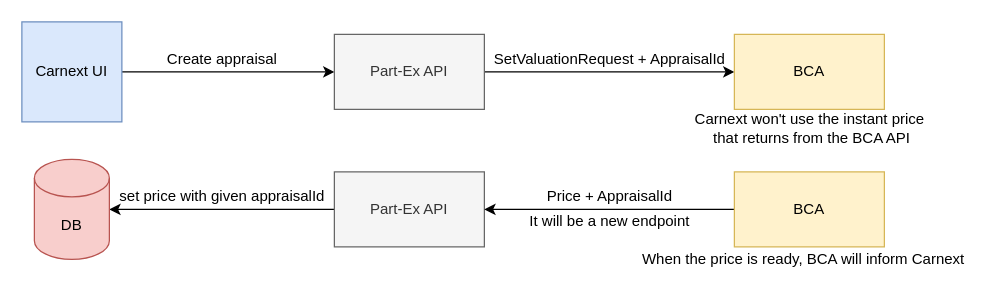
The draw.io diagram Untitled Diagram.drawio in cllyldrm/flagger, before the edit. Source tidied: cells renumbered, new cells numbered last; positions are measured from the earlier drawing's top-left corner, leaving out a move shared by most shapes. Both pictures are drawn from the tidied source at 125%, with x=0, y=0 at pixel (21, 21).
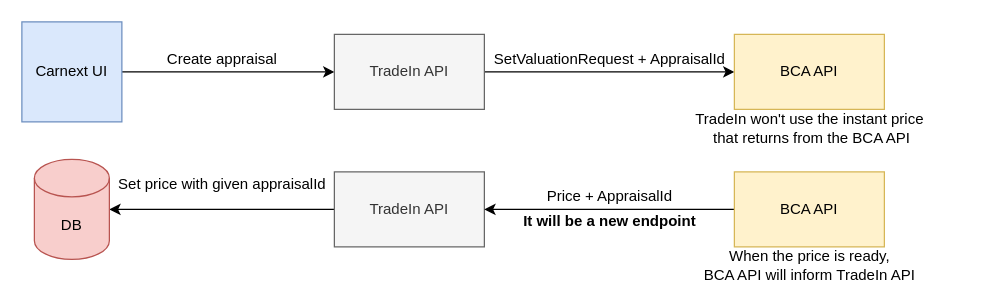
The same diagram, later.

The edit, as a diff of the source:
```diff
@@
 <mxGraphModel>
   <root>
     <mxCell id="0" />
     <mxCell id="1" parent="0" />
     <mxCell id="2" style="edgeStyle=orthogonalEdgeStyle;rounded=0;jettySize=auto;html=1;" parent="1" edge="1" source="3" target="5">
       <mxGeometry relative="1" as="geometry" />
     </mxCell>
     <mxCell id="3" value="Carnext UI" style="whiteSpace=wrap;html=1;fillColor=#dae8fc;strokeColor=#6c8ebf;" parent="1" vertex="1">
       <mxGeometry width="80" height="80" as="geometry" />
     </mxCell>
     <mxCell id="4" style="edgeStyle=orthogonalEdgeStyle;rounded=0;jettySize=auto;html=1;" parent="1" edge="1" source="5" target="7">
       <mxGeometry relative="1" as="geometry" />
     </mxCell>
-    <mxCell id="5" value="Part-Ex API" style="rounded=0;whiteSpace=wrap;html=1;fillColor=#f5f5f5;fontColor=#333333;strokeColor=#666666;" parent="1" vertex="1">
+    <mxCell id="5" value="TradeIn API" style="rounded=0;whiteSpace=wrap;html=1;fillColor=#f5f5f5;fontColor=#333333;strokeColor=#666666;" parent="1" vertex="1">
       <mxGeometry x="250" y="10" width="120" height="60" as="geometry" />
     </mxCell>
     <mxCell id="6" value="Create appraisal" style="text;html=1;align=center;verticalAlign=middle;strokeColor=none;fillColor=none;" parent="1" vertex="1">
       <mxGeometry x="110" y="20" width="100" height="20" as="geometry" />
     </mxCell>
-    <mxCell id="7" value="BCA" style="rounded=0;whiteSpace=wrap;html=1;fillColor=#fff2cc;strokeColor=#d6b656;" parent="1" vertex="1">
+    <mxCell id="7" value="BCA API" style="rounded=0;whiteSpace=wrap;html=1;fillColor=#fff2cc;strokeColor=#d6b656;" parent="1" vertex="1">
       <mxGeometry x="570" y="10" width="120" height="60" as="geometry" />
     </mxCell>
     <mxCell id="8" value="SetValuationRequest + AppraisalId" style="text;html=1;align=center;verticalAlign=middle;strokeColor=none;fillColor=none;" parent="1" vertex="1">
       <mxGeometry x="370" y="20" width="200" height="20" as="geometry" />
     </mxCell>
     <mxCell id="9" style="edgeStyle=orthogonalEdgeStyle;rounded=0;jettySize=auto;html=1;entryX=1;entryY=0.5;entryDx=0;entryDy=0;entryPerimeter=0;" parent="1" edge="1" source="10" target="14">
       <mxGeometry relative="1" as="geometry" />
     </mxCell>
-    <mxCell id="10" value="Part-Ex API" style="rounded=0;whiteSpace=wrap;html=1;fillColor=#f5f5f5;fontColor=#333333;strokeColor=#666666;" parent="1" vertex="1">
+    <mxCell id="10" value="TradeIn API" style="rounded=0;whiteSpace=wrap;html=1;fillColor=#f5f5f5;fontColor=#333333;strokeColor=#666666;" parent="1" vertex="1">
       <mxGeometry x="250" y="120" width="120" height="60" as="geometry" />
     </mxCell>
     <mxCell id="11" style="edgeStyle=orthogonalEdgeStyle;rounded=0;jettySize=auto;html=1;entryX=1;entryY=0.5;entryDx=0;entryDy=0;" parent="1" edge="1" source="12" target="10">
       <mxGeometry relative="1" as="geometry" />
     </mxCell>
-    <mxCell id="12" value="BCA" style="rounded=0;whiteSpace=wrap;html=1;fillColor=#fff2cc;strokeColor=#d6b656;" parent="1" vertex="1">
+    <mxCell id="12" value="BCA API" style="rounded=0;whiteSpace=wrap;html=1;fillColor=#fff2cc;strokeColor=#d6b656;" parent="1" vertex="1">
       <mxGeometry x="570" y="120" width="120" height="60" as="geometry" />
     </mxCell>
     <mxCell id="13" value="Price + AppraisalId" style="text;html=1;align=center;verticalAlign=middle;strokeColor=none;fillColor=none;" parent="1" vertex="1">
       <mxGeometry x="410" y="130" width="120" height="20" as="geometry" />
     </mxCell>
     <mxCell id="14" value="DB" style="shape=cylinder3;whiteSpace=wrap;html=1;boundedLbl=1;backgroundOutline=1;size=15;fillColor=#f8cecc;strokeColor=#b85450;" parent="1" vertex="1">
       <mxGeometry x="10" y="110" width="60" height="80" as="geometry" />
     </mxCell>
-    <mxCell id="15" value="set price with given appraisalId" style="text;html=1;align=center;verticalAlign=middle;strokeColor=none;fillColor=none;" parent="1" vertex="1">
-      <mxGeometry x="70" y="130" width="180" height="20" as="geometry" />
+    <mxCell id="15" value="Set price with given appraisalId" style="text;html=1;align=center;verticalAlign=middle;strokeColor=none;fillColor=none;" parent="1" vertex="1">
+      <mxGeometry x="70" y="120" width="180" height="20" as="geometry" />
     </mxCell>
-    <mxCell id="16" value="When the price is ready, BCA will inform Carnext" style="text;html=1;align=center;verticalAlign=middle;strokeColor=none;fillColor=none;" parent="1" vertex="1">
-      <mxGeometry x="490" y="180" width="270" height="20" as="geometry" />
+    <mxCell id="16" value="When the price is ready, &lt;br&gt;BCA API will inform&amp;nbsp;TradeIn API" style="text;html=1;align=center;verticalAlign=middle;strokeColor=none;fillColor=none;" parent="1" vertex="1">
+      <mxGeometry x="540" y="180" width="180" height="30" as="geometry" />
     </mxCell>
-    <mxCell id="17" value="Carnext won't use the instant price&lt;br&gt;&amp;nbsp;that returns from the BCA API" style="text;html=1;align=center;verticalAlign=middle;strokeColor=none;fillColor=none;" parent="1" vertex="1">
+    <mxCell id="17" value="TradeIn won't use the instant price&lt;br&gt;&amp;nbsp;that returns from the BCA API" style="text;html=1;align=center;verticalAlign=middle;strokeColor=none;fillColor=none;" parent="1" vertex="1">
       <mxGeometry x="530" y="70" width="200" height="30" as="geometry" />
     </mxCell>
-    <mxCell id="18" value="It will be a new endpoint" style="text;html=1;align=center;verticalAlign=middle;strokeColor=none;fillColor=none;" parent="1" vertex="1">
-      <mxGeometry x="400" y="150" width="140" height="20" as="geometry" />
+    <mxCell id="18" value="It will be a new endpoint" style="text;html=1;align=center;verticalAlign=middle;strokeColor=none;fillColor=none;fontStyle=1;" parent="1" vertex="1">
+      <mxGeometry x="395" y="150" width="150" height="20" as="geometry" />
     </mxCell>
   </root>
 </mxGraphModel>
```
